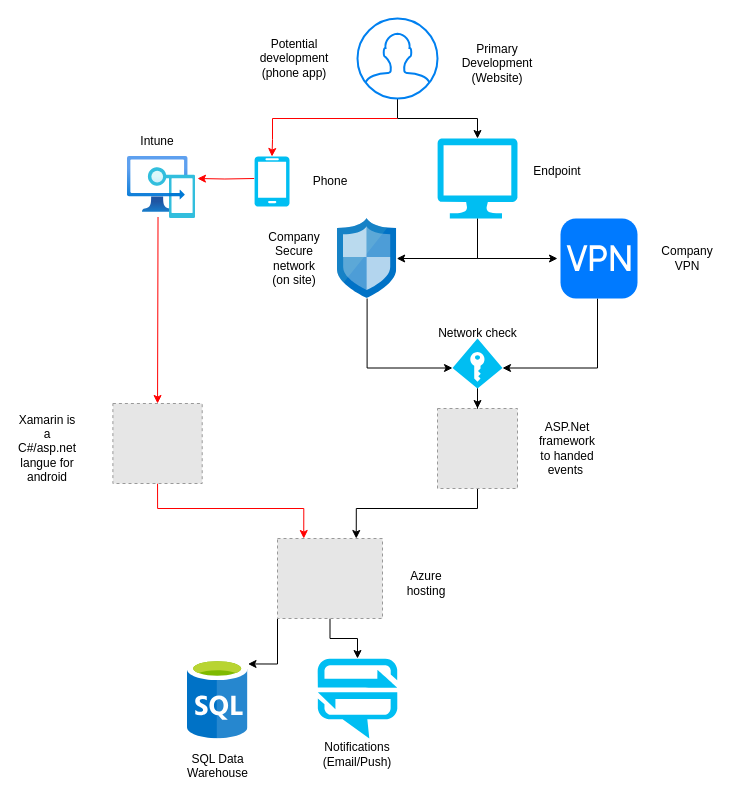
Above: Untitled Diagram.drawio in stephen-a-carolan/4th-Year-Project (draw.io), before the change. Source tidied: cells renumbered, new cells numbered last; positions are measured from the earlier drawing's top-left corner, leaving out a move shared by most shapes. Both pictures are drawn from the tidied source at 100%, with x=0, y=0 at pixel (17, 18). Pictures stored in the file or linked from it are replaced by grey dashed boxes.
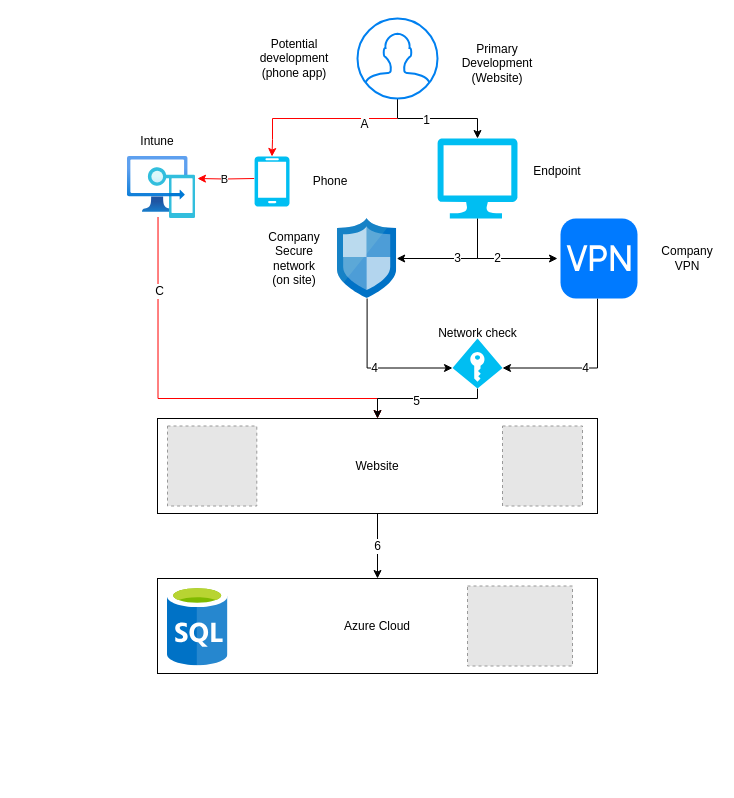
Above is the later version.

The change refers to these unchanged cells:
```xml
<mxCell id="8" style="verticalLabelPosition=bottom;html=1;verticalAlign=top;align=center;strokeColor=none;fillColor=#00BEF2;shape=mxgraph.azure.computer;" parent="1" vertex="1">
  <mxGeometry x="420" y="120" width="80" height="80" as="geometry" />
</mxCell>
<mxCell id="9" style="edgeStyle=orthogonalEdgeStyle;rounded=0;jettySize=auto;html=1;" parent="1" edge="1" source="11" target="8">
  <mxGeometry relative="1" as="geometry" />
</mxCell>
<mxCell id="10" style="edgeStyle=orthogonalEdgeStyle;rounded=0;jettySize=auto;html=1;entryX=0.5;entryY=0;entryDx=0;entryDy=0;entryPerimeter=0;strokeColor=#FF0000;" parent="1" edge="1" target="22">
  <mxGeometry relative="1" as="geometry">
    <mxPoint x="380" y="100" as="sourcePoint" />
    <Array as="points">
      <mxPoint x="255" y="100" />
      <mxPoint x="255" y="121" />
    </Array>
  </mxGeometry>
</mxCell>
<mxCell id="21" style="html=1;points=[];align=center;image;fontSize=12;image=img/lib/azure2/intune/Intune.svg;labelBackgroundColor=#FFFFFF;fontFamily=Helvetica;" parent="1" vertex="1">
  <mxGeometry x="110" y="138" width="68" height="62" as="geometry" />
</mxCell>
<mxCell id="27" style="html=1;strokeWidth=1;shadow=0;dashed=0;shape=mxgraph.ios7.misc.vpn;fillColor=#007AFF;strokeColor=none;buttonText=;strokeColor2=#222222;fontColor=#222222;fontSize=8;verticalLabelPosition=bottom;verticalAlign=top;align=center;sketch=0;labelBackgroundColor=#FFFFFF;fontFamily=Helvetica;" parent="1" vertex="1">
  <mxGeometry x="543" y="200" width="77" height="80" as="geometry" />
</mxCell>
<mxCell id="29" style="sketch=0;html=1;points=[];align=center;image;fontSize=12;image=img/lib/mscae/Network_Security_Groups_Classic.svg;labelBackgroundColor=#FFFFFF;fontFamily=Helvetica;" parent="1" vertex="1">
  <mxGeometry x="320" y="200" width="59.2" height="80" as="geometry" />
</mxCell>
<mxCell id="32" style="verticalLabelPosition=bottom;html=1;verticalAlign=top;align=center;strokeColor=none;fillColor=#00BEF2;shape=mxgraph.azure.access_control;labelBackgroundColor=#FFFFFF;fontFamily=Helvetica;fontSize=12;" parent="1" vertex="1">
  <mxGeometry x="435" y="320" width="50" height="50" as="geometry" />
</mxCell>
```

The edit, as a diff of the source:
```diff
@@
-    <mxCell id="2" value="SQL Data&lt;br&gt;Warehouse" style="html=1;perimeter=none;align=center;shadow=0;dashed=0;image;fontSize=12;image=img/lib/mscae/SQL_Database_generic.svg;labelBackgroundColor=#ffffff;fillColor=#4D9900;spacingTop=6;" parent="1" vertex="1">
-      <mxGeometry x="170" y="640" width="60.4" height="80.5" as="geometry" />
-    </mxCell>
-    <mxCell id="3" style="edgeStyle=orthogonalEdgeStyle;rounded=0;jettySize=auto;html=1;strokeColor=#000000;fontFamily=Helvetica;fontSize=12;entryX=0.75;entryY=0;entryDx=0;entryDy=0;exitX=0.5;exitY=1;exitDx=0;exitDy=0;" parent="1" edge="1" source="4" target="18">
-      <mxGeometry relative="1" as="geometry">
-        <Array as="points">
-          <mxPoint x="460" y="490" />
-          <mxPoint x="339" y="490" />
-        </Array>
-      </mxGeometry>
-    </mxCell>
-    <mxCell id="4" style="fillColor=#E6E6E6;strokeColor=#999999;dashed=1;verticalLabelPosition=bottom;labelBackgroundColor=#ffffff;verticalAlign=top;" parent="1" vertex="1">
-      <mxGeometry x="420" y="390" width="80" height="80" as="geometry" />
-    </mxCell>
-    <mxCell id="5" value="ASP.Net framework to handed events&amp;nbsp;" style="text;html=1;strokeColor=none;fillColor=none;align=center;verticalAlign=middle;whiteSpace=wrap;rounded=0;" parent="1" vertex="1">
-      <mxGeometry x="520" y="415" width="60" height="30" as="geometry" />
-    </mxCell>
-    <mxCell id="6" style="edgeStyle=orthogonalEdgeStyle;rounded=0;jettySize=auto;html=1;strokeColor=#000000;fontFamily=Helvetica;fontSize=12;exitX=0.5;exitY=1;exitDx=0;exitDy=0;exitPerimeter=0;" parent="1" edge="1" source="8" target="29">
+    <mxCell id="6" value="3" style="edgeStyle=orthogonalEdgeStyle;rounded=0;jettySize=auto;html=1;strokeColor=#000000;fontFamily=Helvetica;fontSize=12;exitX=0.5;exitY=1;exitDx=0;exitDy=0;exitPerimeter=0;" parent="1" edge="1" source="8" target="29">
       <mxGeometry relative="1" as="geometry" />
     </mxCell>
-    <mxCell id="7" style="edgeStyle=orthogonalEdgeStyle;rounded=0;jettySize=auto;html=1;strokeColor=#000000;fontFamily=Helvetica;fontSize=12;exitX=0.5;exitY=1;exitDx=0;exitDy=0;exitPerimeter=0;" parent="1" edge="1" source="8">
+    <mxCell id="7" value="2" style="edgeStyle=orthogonalEdgeStyle;rounded=0;jettySize=auto;html=1;strokeColor=#000000;fontFamily=Helvetica;fontSize=12;exitX=0.5;exitY=1;exitDx=0;exitDy=0;exitPerimeter=0;" parent="1" edge="1" source="8">
       <mxGeometry relative="1" as="geometry">
         <mxPoint x="540" y="240" as="targetPoint" />
         <Array as="points">
           <mxPoint x="460" y="240" />
         </Array>
       </mxGeometry>
     </mxCell>
@@
+    <mxCell id="40" value="1" style="edgeLabel;html=1;align=center;verticalAlign=middle;fontSize=12;fontFamily=Helvetica;" parent="9" vertex="1">
+      <mxGeometry x="-0.2" y="-1" relative="1" as="geometry" />
+    </mxCell>
@@
+    <mxCell id="41" value="A" style="edgeLabel;html=1;align=center;verticalAlign=middle;fontSize=12;fontFamily=Helvetica;" parent="10" vertex="1">
+      <mxGeometry x="-0.58" y="5" relative="1" as="geometry" />
+    </mxCell>
@@
-    <mxCell id="12" style="edgeStyle=orthogonalEdgeStyle;rounded=0;jettySize=auto;html=1;strokeColor=#FF0000;fontFamily=Helvetica;fontSize=12;exitX=0.5;exitY=1;exitDx=0;exitDy=0;entryX=0.25;entryY=0;entryDx=0;entryDy=0;" parent="1" edge="1" source="13" target="18">
-      <mxGeometry relative="1" as="geometry">
-        <Array as="points">
-          <mxPoint x="140" y="490" />
-          <mxPoint x="286" y="490" />
-        </Array>
-      </mxGeometry>
-    </mxCell>
-    <mxCell id="13" style="fillColor=#E6E6E6;strokeColor=#999999;dashed=1;verticalLabelPosition=bottom;labelBackgroundColor=#ffffff;verticalAlign=top;" parent="1" vertex="1">
-      <mxGeometry x="95.4" y="385" width="89.3" height="80" as="geometry" />
-    </mxCell>
-    <mxCell id="14" style="edgeStyle=orthogonalEdgeStyle;rounded=0;jettySize=auto;html=1;entryX=1.029;entryY=0.355;entryDx=0;entryDy=0;strokeColor=#FF0000;entryPerimeter=0;" parent="1" edge="1" target="21">
+    <mxCell id="14" value="B" style="edgeStyle=orthogonalEdgeStyle;rounded=0;jettySize=auto;html=1;entryX=1.029;entryY=0.355;entryDx=0;entryDy=0;strokeColor=#FF0000;entryPerimeter=0;" parent="1" edge="1" target="21">
       <mxGeometry relative="1" as="geometry">
         <mxPoint x="236.7" y="160" as="sourcePoint" />
       </mxGeometry>
     </mxCell>
-    <mxCell id="15" value="&lt;p&gt;&lt;span style=&quot;text-align: left;&quot;&gt;&lt;span style=&quot;line-height: 1;&quot;&gt;Xamarin is a C#/asp.net langue&amp;nbsp;for android&lt;/span&gt;&lt;/span&gt;&lt;/p&gt;" style="text;html=1;strokeColor=none;fillColor=none;align=center;verticalAlign=middle;whiteSpace=wrap;rounded=0;" parent="1" vertex="1">
-      <mxGeometry y="415" width="60" height="30" as="geometry" />
-    </mxCell>
-    <mxCell id="16" style="edgeStyle=orthogonalEdgeStyle;rounded=0;jettySize=auto;html=1;entryX=1.002;entryY=0.068;entryDx=0;entryDy=0;entryPerimeter=0;strokeColor=#000000;fontFamily=Helvetica;fontSize=12;exitX=0;exitY=1;exitDx=0;exitDy=0;" parent="1" edge="1" source="18" target="2">
-      <mxGeometry relative="1" as="geometry" />
-    </mxCell>
-    <mxCell id="17" style="edgeStyle=orthogonalEdgeStyle;rounded=0;jettySize=auto;html=1;strokeColor=#000000;fontFamily=Helvetica;fontSize=12;" parent="1" edge="1" source="18" target="30">
-      <mxGeometry relative="1" as="geometry" />
-    </mxCell>
-    <mxCell id="18" style="fillColor=#E6E6E6;strokeColor=#999999;dashed=1;verticalLabelPosition=bottom;labelBackgroundColor=#ffffff;verticalAlign=top;fontFamily=Helvetica;fontSize=12;" parent="1" vertex="1">
-      <mxGeometry x="260" y="520" width="105" height="80" as="geometry" />
-    </mxCell>
@@
-    <mxCell id="20" style="edgeStyle=none;rounded=0;jettySize=auto;html=1;entryX=0.5;entryY=0;entryDx=0;entryDy=0;strokeColor=#FF0000;fontFamily=Helvetica;fontSize=12;exitX=0.449;exitY=0.976;exitDx=0;exitDy=0;exitPerimeter=0;" parent="1" edge="1" source="21" target="13">
-      <mxGeometry relative="1" as="geometry" />
+    <mxCell id="20" style="edgeStyle=orthogonalEdgeStyle;rounded=0;jettySize=auto;html=1;strokeColor=#FF0000;fontFamily=Helvetica;fontSize=12;exitX=0.449;exitY=0.976;exitDx=0;exitDy=0;exitPerimeter=0;entryX=0.5;entryY=0;entryDx=0;entryDy=0;" parent="1" edge="1" source="21" target="45">
+      <mxGeometry relative="1" as="geometry">
+        <Array as="points">
+          <mxPoint x="141" y="380" />
+          <mxPoint x="360" y="380" />
+        </Array>
+      </mxGeometry>
     </mxCell>
+    <mxCell id="42" value="C" style="edgeLabel;html=1;align=center;verticalAlign=middle;fontSize=12;fontFamily=Helvetica;" parent="20" vertex="1">
+      <mxGeometry x="-0.65" y="1" relative="1" as="geometry" />
+    </mxCell>
@@
-    <mxCell id="26" style="edgeStyle=orthogonalEdgeStyle;rounded=0;jettySize=auto;html=1;entryX=1;entryY=0.59;entryDx=0;entryDy=0;entryPerimeter=0;strokeColor=#000000;fontFamily=Helvetica;fontSize=12;" parent="1" edge="1" source="27" target="32">
+    <mxCell id="26" value="4" style="edgeStyle=orthogonalEdgeStyle;rounded=0;jettySize=auto;html=1;entryX=1;entryY=0.59;entryDx=0;entryDy=0;entryPerimeter=0;strokeColor=#000000;fontFamily=Helvetica;fontSize=12;" parent="1" edge="1" source="27" target="32">
       <mxGeometry relative="1" as="geometry">
         <Array as="points">
           <mxPoint x="580" y="350" />
         </Array>
       </mxGeometry>
     </mxCell>
@@
-    <mxCell id="28" style="edgeStyle=orthogonalEdgeStyle;rounded=0;jettySize=auto;html=1;entryX=0;entryY=0.59;entryDx=0;entryDy=0;entryPerimeter=0;strokeColor=#000000;fontFamily=Helvetica;fontSize=12;" parent="1" edge="1" source="29" target="32">
+    <mxCell id="28" value="4" style="edgeStyle=orthogonalEdgeStyle;rounded=0;jettySize=auto;html=1;entryX=0;entryY=0.59;entryDx=0;entryDy=0;entryPerimeter=0;strokeColor=#000000;fontFamily=Helvetica;fontSize=12;" parent="1" edge="1" source="29" target="32">
       <mxGeometry relative="1" as="geometry">
         <Array as="points">
           <mxPoint x="350" y="350" />
         </Array>
       </mxGeometry>
     </mxCell>
@@
-    <mxCell id="30" style="verticalLabelPosition=bottom;html=1;verticalAlign=top;align=center;strokeColor=none;fillColor=#00BEF2;shape=mxgraph.azure.notification_hub;labelBackgroundColor=#FFFFFF;fontFamily=Helvetica;fontSize=12;" parent="1" vertex="1">
-      <mxGeometry x="300" y="640" width="80" height="80" as="geometry" />
-    </mxCell>
-    <mxCell id="31" style="edgeStyle=orthogonalEdgeStyle;rounded=0;jettySize=auto;html=1;strokeColor=#000000;fontFamily=Helvetica;fontSize=12;" parent="1" edge="1" source="32" target="4">
-      <mxGeometry relative="1" as="geometry" />
+    <mxCell id="31" style="edgeStyle=orthogonalEdgeStyle;rounded=0;jettySize=auto;html=1;strokeColor=#000000;fontFamily=Helvetica;fontSize=12;entryX=0.5;entryY=0;entryDx=0;entryDy=0;" parent="1" edge="1" source="32" target="45">
+      <mxGeometry relative="1" as="geometry">
+        <Array as="points">
+          <mxPoint x="460" y="380" />
+          <mxPoint x="360" y="380" />
+        </Array>
+      </mxGeometry>
     </mxCell>
+    <mxCell id="43" value="5" style="edgeLabel;html=1;align=center;verticalAlign=middle;fontSize=12;fontFamily=Helvetica;" parent="31" vertex="1">
+      <mxGeometry x="0.11" y="2" relative="1" as="geometry" />
+    </mxCell>
@@
-    <mxCell id="33" value="Notifications&lt;br&gt;(Email/Push)" style="text;html=1;strokeColor=none;fillColor=none;align=center;verticalAlign=middle;whiteSpace=wrap;rounded=0;labelBackgroundColor=#FFFFFF;fontFamily=Helvetica;fontSize=12;" parent="1" vertex="1">
-      <mxGeometry x="310" y="721" width="60" height="30" as="geometry" />
-    </mxCell>
-    <mxCell id="34" value="Azure hosting" style="text;html=1;strokeColor=none;fillColor=none;align=center;verticalAlign=middle;whiteSpace=wrap;rounded=0;labelBackgroundColor=#FFFFFF;fontFamily=Helvetica;fontSize=12;" parent="1" vertex="1">
-      <mxGeometry x="379" y="550" width="60" height="30" as="geometry" />
-    </mxCell>
@@
+    <mxCell id="44" value="6" style="edgeStyle=orthogonalEdgeStyle;rounded=0;jettySize=auto;html=1;entryX=0.5;entryY=0;entryDx=0;entryDy=0;strokeColor=#000000;fontFamily=Helvetica;fontSize=12;" parent="1" edge="1" source="45" target="46">
+      <mxGeometry relative="1" as="geometry" />
+    </mxCell>
+    <mxCell id="45" value="Website" style="rounded=0;whiteSpace=wrap;html=1;labelBackgroundColor=#FFFFFF;fontFamily=Helvetica;fontSize=12;" parent="1" vertex="1">
+      <mxGeometry x="140" y="400" width="440" height="95" as="geometry" />
+    </mxCell>
+    <mxCell id="13" style="fillColor=#E6E6E6;strokeColor=#999999;dashed=1;verticalLabelPosition=bottom;labelBackgroundColor=#ffffff;verticalAlign=top;" parent="1" vertex="1">
+      <mxGeometry x="150" y="407.5" width="89.3" height="80" as="geometry" />
+    </mxCell>
+    <mxCell id="4" style="fillColor=#E6E6E6;strokeColor=#999999;dashed=1;verticalLabelPosition=bottom;labelBackgroundColor=#ffffff;verticalAlign=top;" parent="1" vertex="1">
+      <mxGeometry x="485" y="407.5" width="80" height="80" as="geometry" />
+    </mxCell>
+    <mxCell id="46" value="Azure Cloud" style="rounded=0;whiteSpace=wrap;html=1;labelBackgroundColor=#FFFFFF;fontFamily=Helvetica;fontSize=12;" parent="1" vertex="1">
+      <mxGeometry x="140" y="560" width="440" height="95" as="geometry" />
+    </mxCell>
+    <mxCell id="18" style="fillColor=#E6E6E6;strokeColor=#999999;dashed=1;verticalLabelPosition=bottom;labelBackgroundColor=#ffffff;verticalAlign=top;fontFamily=Helvetica;fontSize=12;" parent="1" vertex="1">
+      <mxGeometry x="450" y="567.5" width="105" height="80" as="geometry" />
+    </mxCell>
+    <mxCell id="2" style="html=1;perimeter=none;align=center;shadow=0;dashed=0;image;fontSize=12;image=img/lib/mscae/SQL_Database_generic.svg;labelBackgroundColor=#ffffff;fillColor=#4D9900;spacingTop=6;" parent="1" vertex="1">
+      <mxGeometry x="150" y="567" width="60.4" height="80.5" as="geometry" />
+    </mxCell>
```
